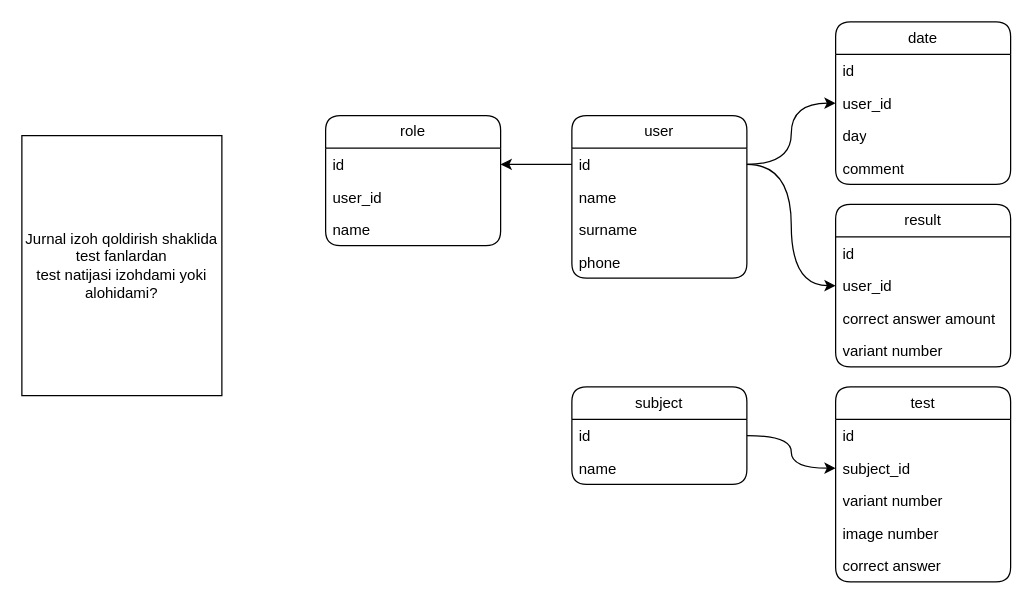
Before: Ixlos.drawio in MardonAslonov/DrawIo, a draw.io diagram. Source tidied: cells renumbered, new cells numbered last; positions are measured from the earlier drawing's top-left corner, leaving out a move shared by most shapes. Both pictures are drawn from the tidied source at 125%, with x=0, y=0 at pixel (21, 21).
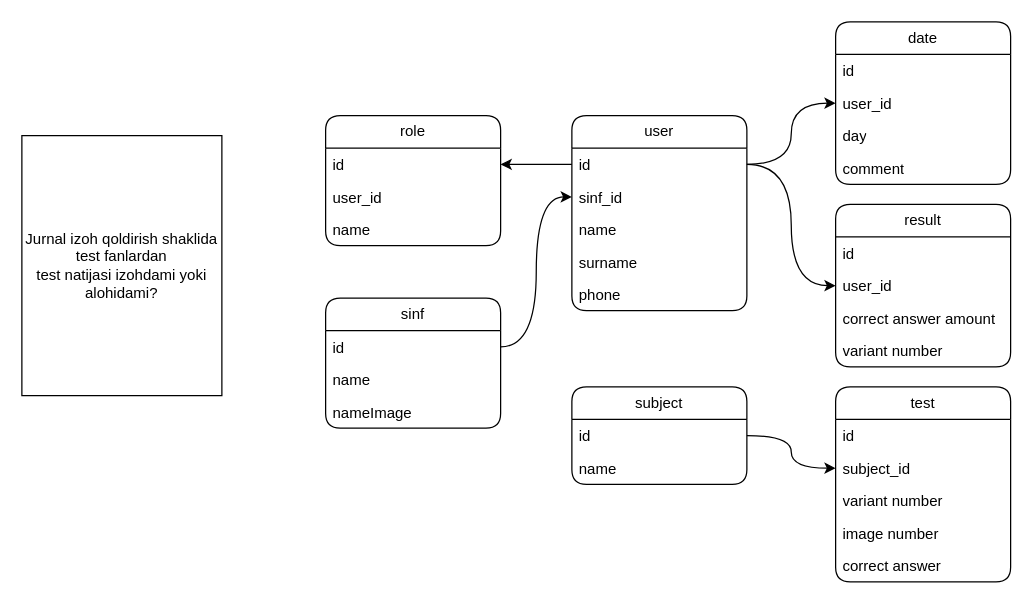
The same page after the edit.

Change to the diagram source:
```diff
@@
     <mxCell id="2" value="user" style="swimlane;fontStyle=0;horizontal=1;startSize=26;fillColor=none;whiteSpace=wrap;html=1;rounded=1;" parent="1" vertex="1">
-      <mxGeometry x="440" y="75" width="140" height="130" as="geometry" />
+      <mxGeometry x="440" y="75" width="140" height="156" as="geometry" />
     </mxCell>
@@
+    <mxCell id="35" value="sinf_id" style="text;strokeColor=none;fillColor=none;align=left;verticalAlign=top;spacingLeft=4;spacingRight=4;overflow=hidden;points=[[0,0.5],[1,0.5]];portConstraint=eastwest;whiteSpace=wrap;html=1;" parent="2" vertex="1">
+      <mxGeometry y="52" width="140" height="26" as="geometry" />
+    </mxCell>
     <mxCell id="4" value="name" style="text;strokeColor=none;fillColor=none;align=left;verticalAlign=top;spacingLeft=4;spacingRight=4;overflow=hidden;whiteSpace=wrap;html=1;" parent="2" vertex="1">
-      <mxGeometry y="52" width="140" height="26" as="geometry" />
+      <mxGeometry y="78" width="140" height="26" as="geometry" />
     </mxCell>
     <mxCell id="5" value="surname" style="text;strokeColor=none;fillColor=none;align=left;verticalAlign=top;spacingLeft=4;spacingRight=4;overflow=hidden;whiteSpace=wrap;html=1;" parent="2" vertex="1">
-      <mxGeometry y="78" width="140" height="26" as="geometry" />
+      <mxGeometry y="104" width="140" height="26" as="geometry" />
     </mxCell>
     <mxCell id="6" value="phone" style="text;strokeColor=none;fillColor=none;align=left;verticalAlign=top;spacingLeft=4;spacingRight=4;overflow=hidden;whiteSpace=wrap;html=1;" parent="2" vertex="1">
-      <mxGeometry y="104" width="140" height="26" as="geometry" />
+      <mxGeometry y="130" width="140" height="26" as="geometry" />
     </mxCell>
@@
+    <mxCell id="36" value="sinf" style="swimlane;fontStyle=0;horizontal=1;startSize=26;fillColor=none;whiteSpace=wrap;html=1;rounded=1;" parent="1" vertex="1">
+      <mxGeometry x="243" y="221" width="140" height="104" as="geometry" />
+    </mxCell>
+    <mxCell id="37" value="id" style="text;strokeColor=none;fillColor=none;align=left;verticalAlign=top;spacingLeft=4;spacingRight=4;overflow=hidden;points=[[0,0.5],[1,0.5]];portConstraint=eastwest;whiteSpace=wrap;html=1;" parent="36" vertex="1">
+      <mxGeometry y="26" width="140" height="26" as="geometry" />
+    </mxCell>
+    <mxCell id="38" value="name" style="text;strokeColor=none;fillColor=none;align=left;verticalAlign=top;spacingLeft=4;spacingRight=4;overflow=hidden;whiteSpace=wrap;html=1;" parent="36" vertex="1">
+      <mxGeometry y="52" width="140" height="26" as="geometry" />
+    </mxCell>
+    <mxCell id="39" value="nameImage" style="text;strokeColor=none;fillColor=none;align=left;verticalAlign=top;spacingLeft=4;spacingRight=4;overflow=hidden;whiteSpace=wrap;html=1;" parent="36" vertex="1">
+      <mxGeometry y="78" width="140" height="26" as="geometry" />
+    </mxCell>
+    <mxCell id="40" style="edgeStyle=orthogonalEdgeStyle;rounded=0;jettySize=auto;html=1;entryX=0;entryY=0.5;entryDx=0;entryDy=0;curved=1;" parent="1" edge="1" source="37" target="35">
+      <mxGeometry relative="1" as="geometry" />
+    </mxCell>
```
